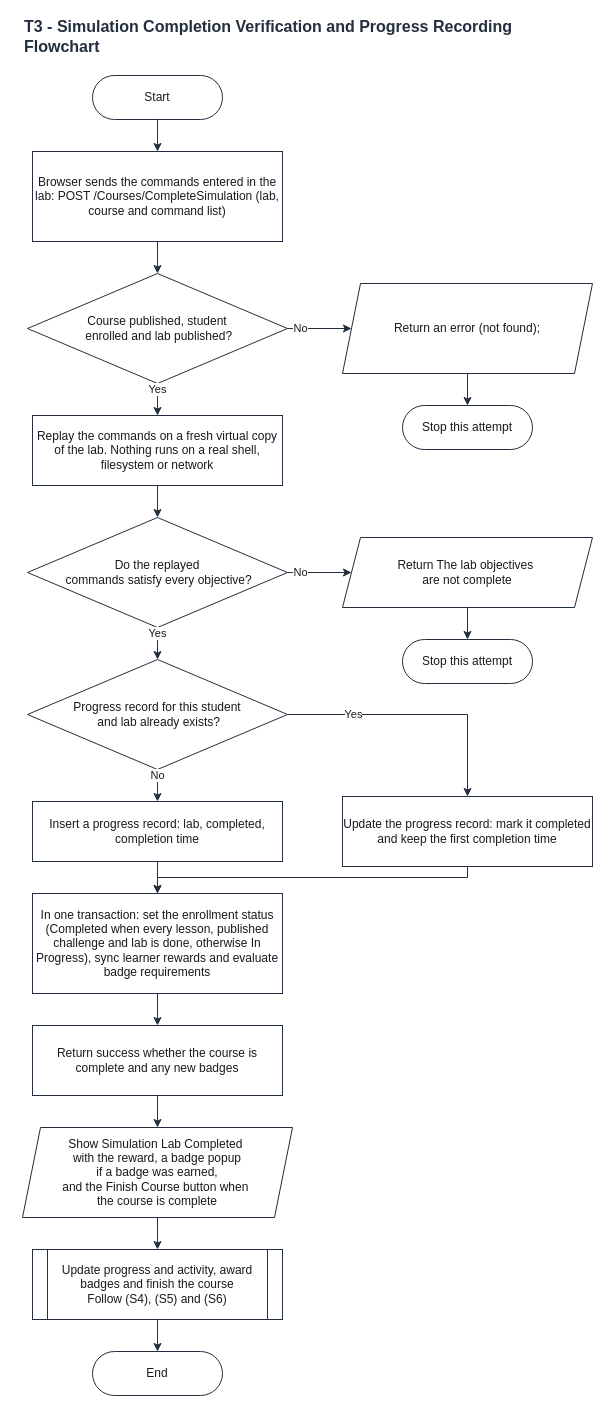
The draw.io diagram UML DIAGRAMS/HackAcad_Terminal_Flowcharts/HackAcad_T3_Simulation_Completion_Verification.drawio in pikaitoh/HackAcad.Web, before the edit. Source tidied: cells renumbered, new cells numbered last; positions are measured from the earlier drawing's top-left corner, leaving out a move shared by most shapes. Both pictures are drawn from the tidied source at 100%, with x=0, y=0 at pixel (22, 21).
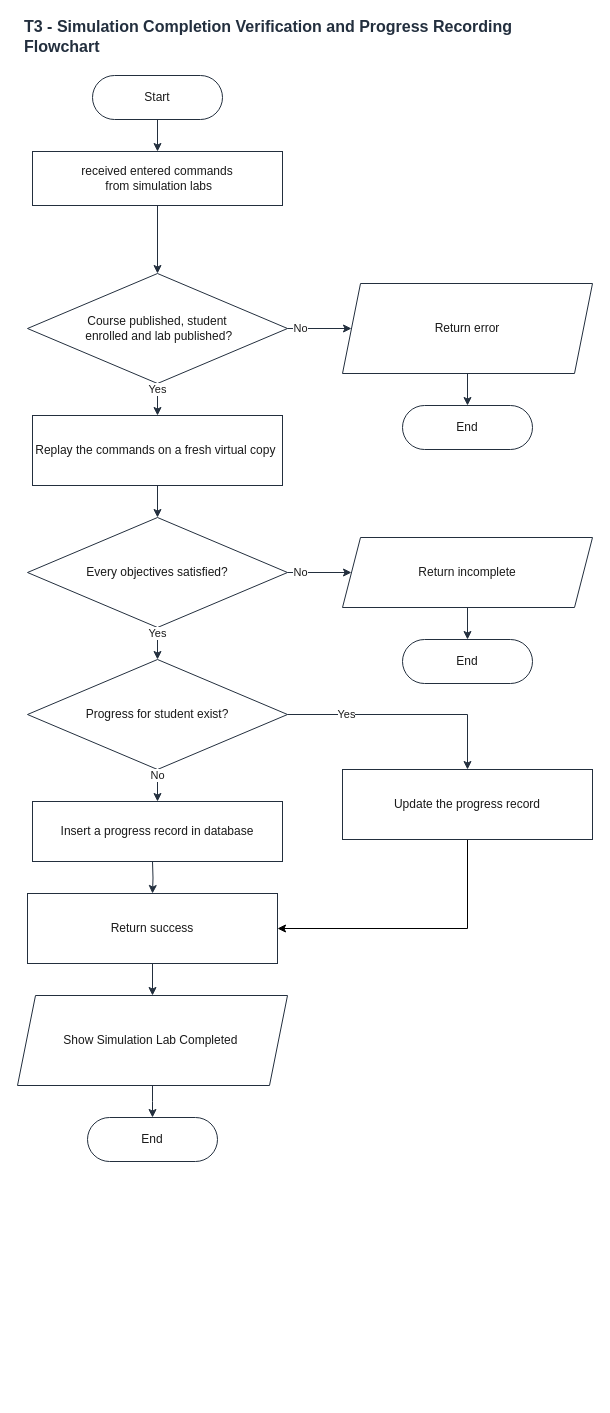
Above is the later version.

Change to the diagram source:
```diff
@@
-    <mxCell id="4" value="Browser sends the commands entered in the lab: POST /Courses/CompleteSimulation (lab, course and command list)" style="rounded=0;whiteSpace=wrap;html=1;fontFamily=Helvetica;fontSize=12;fontColor=#1A1A1A;strokeColor=#232F3E;fillColor=#FFFFFF;strokeWidth=1;" parent="1" vertex="1">
-      <mxGeometry x="10" y="130" width="250" height="90" as="geometry" />
+    <mxCell id="4" value="&lt;div&gt;received entered commands&lt;/div&gt;&lt;div&gt;&amp;nbsp;from simulation labs&lt;/div&gt;" style="rounded=0;whiteSpace=wrap;html=1;fontFamily=Helvetica;fontSize=12;fontColor=#1A1A1A;strokeColor=#232F3E;fillColor=#FFFFFF;strokeWidth=1;" parent="1" vertex="1">
+      <mxGeometry x="10" y="130" width="250" height="54" as="geometry" />
     </mxCell>
@@
-    <mxCell id="6" value="Return an error (not found);" style="shape=parallelogram;perimeter=parallelogramPerimeter;fixedSize=1;size=18;whiteSpace=wrap;html=1;fontFamily=Helvetica;fontSize=12;fontColor=#1A1A1A;strokeColor=#232F3E;fillColor=#FFFFFF;strokeWidth=1;" parent="1" vertex="1">
+    <mxCell id="6" value="Return error" style="shape=parallelogram;perimeter=parallelogramPerimeter;fixedSize=1;size=18;whiteSpace=wrap;html=1;fontFamily=Helvetica;fontSize=12;fontColor=#1A1A1A;strokeColor=#232F3E;fillColor=#FFFFFF;strokeWidth=1;" parent="1" vertex="1">
       <mxGeometry x="320" y="262" width="250" height="90" as="geometry" />
     </mxCell>
-    <mxCell id="7" value="Stop this attempt" style="rounded=1;arcSize=50;whiteSpace=wrap;html=1;fontFamily=Helvetica;fontSize=12;fontColor=#1A1A1A;strokeColor=#232F3E;fillColor=#FFFFFF;strokeWidth=1;" parent="1" vertex="1">
+    <mxCell id="7" value="End" style="rounded=1;arcSize=50;whiteSpace=wrap;html=1;fontFamily=Helvetica;fontSize=12;fontColor=#1A1A1A;strokeColor=#232F3E;fillColor=#FFFFFF;strokeWidth=1;" parent="1" vertex="1">
       <mxGeometry x="380" y="384" width="130" height="44" as="geometry" />
     </mxCell>
-    <mxCell id="8" value="Replay the commands on a fresh virtual copy of the lab. Nothing runs on a real shell, filesystem or network" style="rounded=0;whiteSpace=wrap;html=1;fontFamily=Helvetica;fontSize=12;fontColor=#1A1A1A;strokeColor=#232F3E;fillColor=#FFFFFF;strokeWidth=1;" parent="1" vertex="1">
+    <mxCell id="8" value="Replay the commands on a fresh virtual copy&amp;nbsp;" style="rounded=0;whiteSpace=wrap;html=1;fontFamily=Helvetica;fontSize=12;fontColor=#1A1A1A;strokeColor=#232F3E;fillColor=#FFFFFF;strokeWidth=1;" parent="1" vertex="1">
       <mxGeometry x="10" y="394" width="250" height="70" as="geometry" />
     </mxCell>
-    <mxCell id="9" value="&lt;div&gt;Do the replayed&lt;/div&gt;&lt;div&gt;&amp;nbsp;commands satisfy every objective?&lt;/div&gt;" style="rhombus;whiteSpace=wrap;html=1;fontFamily=Helvetica;fontSize=12;fontColor=#1A1A1A;strokeColor=#232F3E;fillColor=#FFFFFF;strokeWidth=1;" parent="1" vertex="1">
+    <mxCell id="9" value="Every objectives satisfied?" style="rhombus;whiteSpace=wrap;html=1;fontFamily=Helvetica;fontSize=12;fontColor=#1A1A1A;strokeColor=#232F3E;fillColor=#FFFFFF;strokeWidth=1;" parent="1" vertex="1">
       <mxGeometry x="5" y="496" width="260" height="110" as="geometry" />
     </mxCell>
-    <mxCell id="10" value="&lt;div&gt;Return The lab objectives&amp;nbsp;&lt;/div&gt;&lt;div&gt;are not complete&lt;/div&gt;" style="shape=parallelogram;perimeter=parallelogramPerimeter;fixedSize=1;size=18;whiteSpace=wrap;html=1;fontFamily=Helvetica;fontSize=12;fontColor=#1A1A1A;strokeColor=#232F3E;fillColor=#FFFFFF;strokeWidth=1;" parent="1" vertex="1">
+    <mxCell id="10" value="&lt;div&gt;Return incomplete&lt;/div&gt;" style="shape=parallelogram;perimeter=parallelogramPerimeter;fixedSize=1;size=18;whiteSpace=wrap;html=1;fontFamily=Helvetica;fontSize=12;fontColor=#1A1A1A;strokeColor=#232F3E;fillColor=#FFFFFF;strokeWidth=1;" parent="1" vertex="1">
       <mxGeometry x="320" y="516" width="250" height="70" as="geometry" />
     </mxCell>
-    <mxCell id="11" value="Stop this attempt" style="rounded=1;arcSize=50;whiteSpace=wrap;html=1;fontFamily=Helvetica;fontSize=12;fontColor=#1A1A1A;strokeColor=#232F3E;fillColor=#FFFFFF;strokeWidth=1;" parent="1" vertex="1">
+    <mxCell id="11" value="End" style="rounded=1;arcSize=50;whiteSpace=wrap;html=1;fontFamily=Helvetica;fontSize=12;fontColor=#1A1A1A;strokeColor=#232F3E;fillColor=#FFFFFF;strokeWidth=1;" parent="1" vertex="1">
       <mxGeometry x="380" y="618" width="130" height="44" as="geometry" />
     </mxCell>
-    <mxCell id="12" value="&lt;div&gt;Progress record for this student&lt;/div&gt;&lt;div&gt;&amp;nbsp;and lab already exists?&lt;/div&gt;" style="rhombus;whiteSpace=wrap;html=1;fontFamily=Helvetica;fontSize=12;fontColor=#1A1A1A;strokeColor=#232F3E;fillColor=#FFFFFF;strokeWidth=1;" parent="1" vertex="1">
+    <mxCell id="12" value="Progress for student exist?" style="rhombus;whiteSpace=wrap;html=1;fontFamily=Helvetica;fontSize=12;fontColor=#1A1A1A;strokeColor=#232F3E;fillColor=#FFFFFF;strokeWidth=1;" parent="1" vertex="1">
       <mxGeometry x="5" y="638" width="260" height="110" as="geometry" />
     </mxCell>
-    <mxCell id="13" value="Insert a progress record: lab, completed, completion time" style="rounded=0;whiteSpace=wrap;html=1;fontFamily=Helvetica;fontSize=12;fontColor=#1A1A1A;strokeColor=#232F3E;fillColor=#FFFFFF;strokeWidth=1;" parent="1" vertex="1">
+    <mxCell id="13" value="Insert a progress record in database" style="rounded=0;whiteSpace=wrap;html=1;fontFamily=Helvetica;fontSize=12;fontColor=#1A1A1A;strokeColor=#232F3E;fillColor=#FFFFFF;strokeWidth=1;" parent="1" vertex="1">
       <mxGeometry x="10" y="780" width="250" height="60" as="geometry" />
     </mxCell>
+    <mxCell id="37" style="edgeStyle=orthogonalEdgeStyle;rounded=0;jettySize=auto;html=1;exitX=0.5;exitY=1;exitDx=0;exitDy=0;defaultLabelBackgroundColor=page;entryX=1;entryY=0.5;entryDx=0;entryDy=0;" parent="1" edge="1" source="14" target="16">
+      <mxGeometry relative="1" as="geometry" />
+    </mxCell>
-    <mxCell id="14" value="Update the progress record: mark it completed and keep the first completion time" style="rounded=0;whiteSpace=wrap;html=1;fontFamily=Helvetica;fontSize=12;fontColor=#1A1A1A;strokeColor=#232F3E;fillColor=#FFFFFF;strokeWidth=1;" parent="1" vertex="1">
-      <mxGeometry x="320" y="775" width="250" height="70" as="geometry" />
+    <mxCell id="14" value="Update the progress record" style="rounded=0;whiteSpace=wrap;html=1;fontFamily=Helvetica;fontSize=12;fontColor=#1A1A1A;strokeColor=#232F3E;fillColor=#FFFFFF;strokeWidth=1;" parent="1" vertex="1">
+      <mxGeometry x="320" y="748" width="250" height="70" as="geometry" />
     </mxCell>
-    <mxCell id="15" value="In one transaction: set the enrollment status (Completed when every lesson, published challenge and lab is done, otherwise In Progress), sync learner rewards and evaluate badge requirements" style="rounded=0;whiteSpace=wrap;html=1;fontFamily=Helvetica;fontSize=12;fontColor=#1A1A1A;strokeColor=#232F3E;fillColor=#FFFFFF;strokeWidth=1;" parent="1" vertex="1">
-      <mxGeometry x="10" y="872" width="250" height="100" as="geometry" />
-    </mxCell>
-    <mxCell id="16" value="Return success whether the course is complete and any new badges" style="rounded=0;whiteSpace=wrap;html=1;fontFamily=Helvetica;fontSize=12;fontColor=#1A1A1A;strokeColor=#232F3E;fillColor=#FFFFFF;strokeWidth=1;" parent="1" vertex="1">
-      <mxGeometry x="10" y="1004" width="250" height="70" as="geometry" />
+    <mxCell id="16" value="Return success" style="rounded=0;whiteSpace=wrap;html=1;fontFamily=Helvetica;fontSize=12;fontColor=#1A1A1A;strokeColor=#232F3E;fillColor=#FFFFFF;strokeWidth=1;" parent="1" vertex="1">
+      <mxGeometry x="5" y="872" width="250" height="70" as="geometry" />
     </mxCell>
-    <mxCell id="17" value="&lt;div&gt;Show Simulation Lab Completed&amp;nbsp;&lt;/div&gt;&lt;div&gt;with the reward, a badge popup&lt;/div&gt;&lt;div&gt;&amp;nbsp;if a badge was earned,&amp;nbsp;&lt;/div&gt;&lt;div&gt;and the Finish Course button when&amp;nbsp;&lt;/div&gt;&lt;div&gt;the course is complete&lt;/div&gt;" style="shape=parallelogram;perimeter=parallelogramPerimeter;fixedSize=1;size=18;whiteSpace=wrap;html=1;fontFamily=Helvetica;fontSize=12;fontColor=#1A1A1A;strokeColor=#232F3E;fillColor=#FFFFFF;strokeWidth=1;" parent="1" vertex="1">
-      <mxGeometry y="1106" width="270" height="90" as="geometry" />
+    <mxCell id="17" value="&lt;div&gt;Show Simulation Lab Completed&amp;nbsp;&lt;/div&gt;" style="shape=parallelogram;perimeter=parallelogramPerimeter;fixedSize=1;size=18;whiteSpace=wrap;html=1;fontFamily=Helvetica;fontSize=12;fontColor=#1A1A1A;strokeColor=#232F3E;fillColor=#FFFFFF;strokeWidth=1;" parent="1" vertex="1">
+      <mxGeometry x="-5" y="974" width="270" height="90" as="geometry" />
     </mxCell>
-    <mxCell id="18" value="Update progress and activity, award badges and finish the course&lt;br&gt;Follow (S4), (S5) and (S6)" style="shape=process;backgroundOutline=1;size=0.06;whiteSpace=wrap;html=1;fontFamily=Helvetica;fontSize=12;fontColor=#1A1A1A;strokeColor=#232F3E;fillColor=#FFFFFF;strokeWidth=1;" parent="1" vertex="1">
-      <mxGeometry x="10" y="1228" width="250" height="70" as="geometry" />
-    </mxCell>
     <mxCell id="19" value="End" style="rounded=1;arcSize=50;whiteSpace=wrap;html=1;fontFamily=Helvetica;fontSize=12;fontColor=#1A1A1A;strokeColor=#232F3E;fillColor=#FFFFFF;strokeWidth=1;" parent="1" vertex="1">
-      <mxGeometry x="70" y="1330" width="130" height="44" as="geometry" />
+      <mxGeometry x="65" y="1096" width="130" height="44" as="geometry" />
     </mxCell>
@@
-    <mxCell id="31" style="edgeStyle=orthogonalEdgeStyle;rounded=0;html=1;endArrow=classic;endSize=6;fontFamily=Helvetica;fontSize=11;fontColor=#1A1A1A;strokeColor=#232F3E;strokeWidth=1;labelBackgroundColor=#FFFFFF;exitX=0.5;exitY=1;exitDx=0;exitDy=0;entryX=0.5;entryY=0;entryDx=0;entryDy=0;" parent="1" edge="1" source="13" target="15">
-      <mxGeometry relative="1" as="geometry" />
-    </mxCell>
-    <mxCell id="32" style="edgeStyle=orthogonalEdgeStyle;rounded=0;html=1;endArrow=classic;endSize=6;fontFamily=Helvetica;fontSize=11;fontColor=#1A1A1A;strokeColor=#232F3E;strokeWidth=1;labelBackgroundColor=#FFFFFF;exitX=0.5;exitY=1;exitDx=0;exitDy=0;entryX=0.5;entryY=0;entryDx=0;entryDy=0;" parent="1" edge="1" source="14" target="15">
-      <mxGeometry relative="1" as="geometry">
-        <Array as="points">
-          <mxPoint x="445" y="856" />
-          <mxPoint x="135" y="856" />
-        </Array>
-      </mxGeometry>
-    </mxCell>
-    <mxCell id="33" style="edgeStyle=orthogonalEdgeStyle;rounded=0;html=1;endArrow=classic;endSize=6;fontFamily=Helvetica;fontSize=11;fontColor=#1A1A1A;strokeColor=#232F3E;strokeWidth=1;labelBackgroundColor=#FFFFFF;exitX=0.5;exitY=1;exitDx=0;exitDy=0;entryX=0.5;entryY=0;entryDx=0;entryDy=0;" parent="1" edge="1" source="15" target="16">
-      <mxGeometry relative="1" as="geometry" />
+    <mxCell id="33" style="edgeStyle=orthogonalEdgeStyle;rounded=0;html=1;endArrow=classic;endSize=6;fontFamily=Helvetica;fontSize=11;fontColor=#1A1A1A;strokeColor=#232F3E;strokeWidth=1;labelBackgroundColor=#FFFFFF;exitX=0.5;exitY=1;exitDx=0;exitDy=0;entryX=0.5;entryY=0;entryDx=0;entryDy=0;" parent="1" edge="1" target="16">
+      <mxGeometry relative="1" as="geometry">
+        <mxPoint x="130" y="840" as="sourcePoint" />
+      </mxGeometry>
     </mxCell>
@@
-    <mxCell id="35" style="edgeStyle=orthogonalEdgeStyle;rounded=0;html=1;endArrow=classic;endSize=6;fontFamily=Helvetica;fontSize=11;fontColor=#1A1A1A;strokeColor=#232F3E;strokeWidth=1;labelBackgroundColor=#FFFFFF;exitX=0.5;exitY=1;exitDx=0;exitDy=0;entryX=0.5;entryY=0;entryDx=0;entryDy=0;" parent="1" edge="1" source="17" target="18">
-      <mxGeometry relative="1" as="geometry" />
+    <mxCell id="35" style="edgeStyle=orthogonalEdgeStyle;rounded=0;html=1;endArrow=classic;endSize=6;fontFamily=Helvetica;fontSize=11;fontColor=#1A1A1A;strokeColor=#232F3E;strokeWidth=1;labelBackgroundColor=#FFFFFF;exitX=0.5;exitY=1;exitDx=0;exitDy=0;entryX=0.5;entryY=0;entryDx=0;entryDy=0;" parent="1" edge="1" source="17">
+      <mxGeometry relative="1" as="geometry">
+        <mxPoint x="130" y="1096" as="targetPoint" />
+      </mxGeometry>
     </mxCell>
-    <mxCell id="36" style="edgeStyle=orthogonalEdgeStyle;rounded=0;html=1;endArrow=classic;endSize=6;fontFamily=Helvetica;fontSize=11;fontColor=#1A1A1A;strokeColor=#232F3E;strokeWidth=1;labelBackgroundColor=#FFFFFF;exitX=0.5;exitY=1;exitDx=0;exitDy=0;entryX=0.5;entryY=0;entryDx=0;entryDy=0;" parent="1" edge="1" source="18" target="19">
-      <mxGeometry relative="1" as="geometry" />
-    </mxCell>
```
